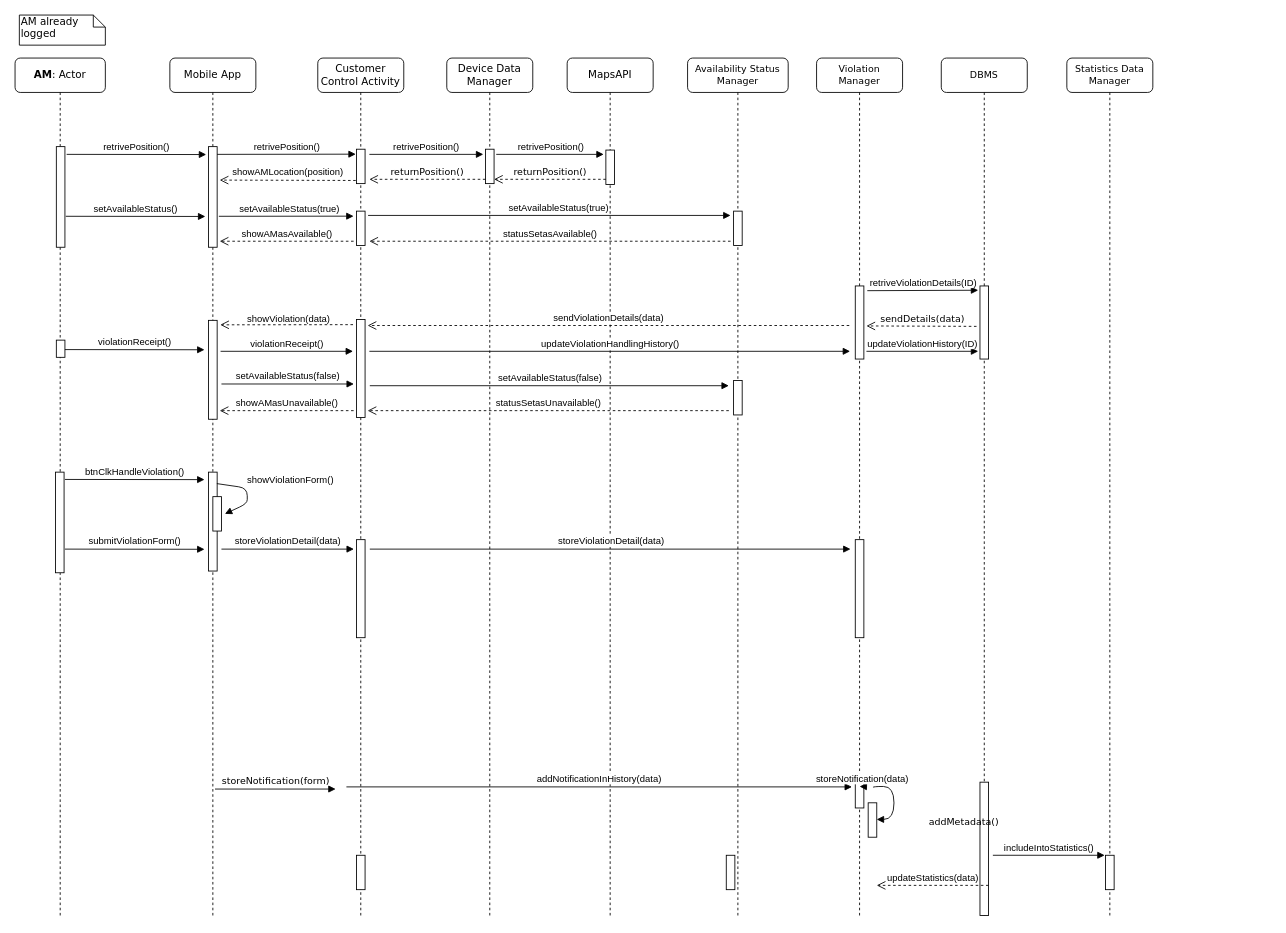
This is authorityMemberReceiveNotification.drawio from valearm/SafeStreets-Project-SE2, a draw.io file, before an edit. Source tidied: cells renumbered, new cells numbered last; positions are measured from the earlier drawing's top-left corner, leaving out a move shared by most shapes. Both pictures are drawn from the tidied source at 86%, with x=0, y=0 at pixel (15, 15).
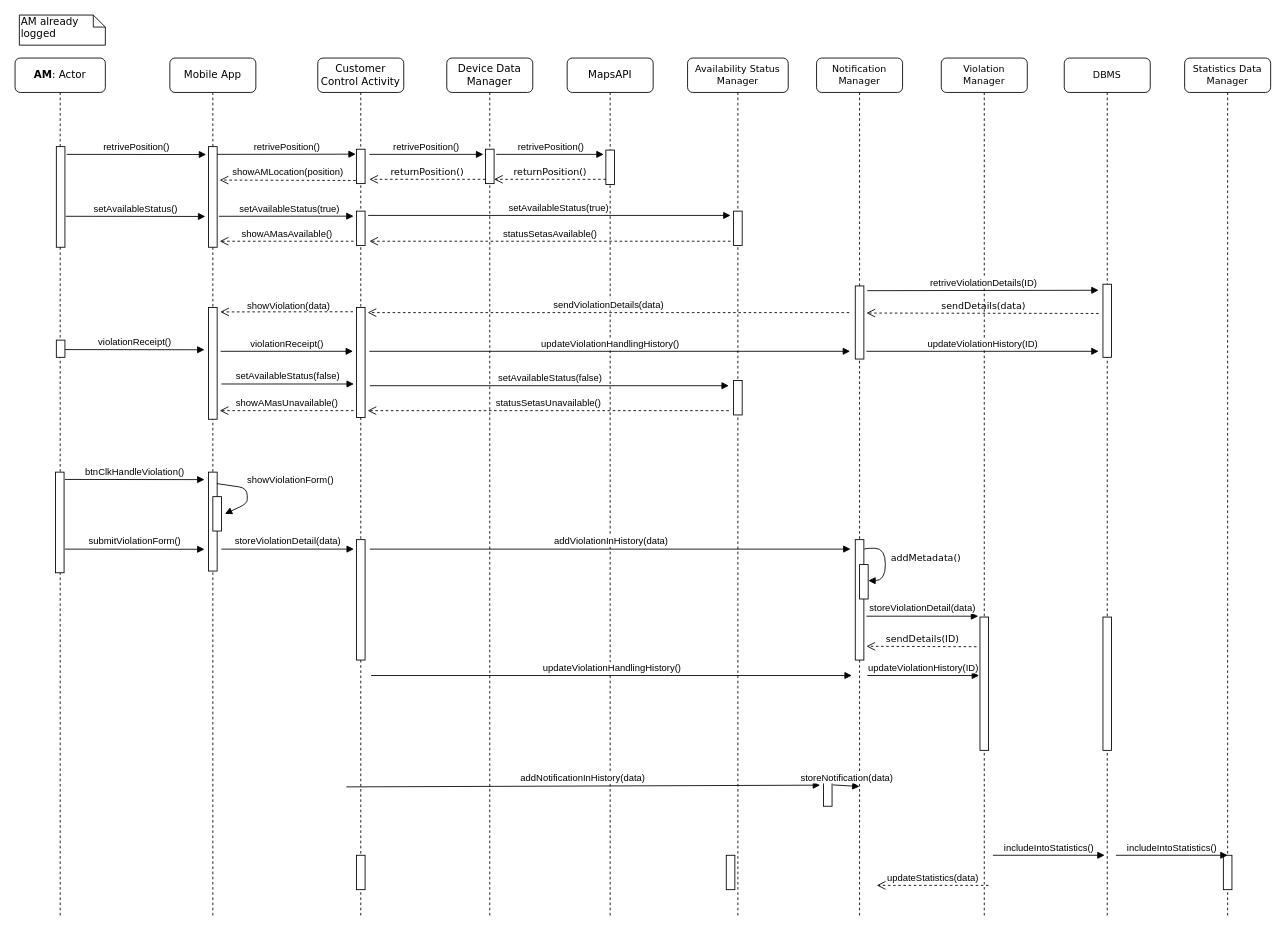
The same page after the edit.

The change refers to these unchanged cells:
```xml
<mxCell id="2" value="Mobile App" style="shape=umlLifeline;perimeter=lifelinePerimeter;whiteSpace=wrap;html=1;rounded=1;shadow=0;comic=0;labelBackgroundColor=none;strokeWidth=1;fontFamily=Verdana;fontSize=12;align=center;" parent="1" vertex="1">
  <mxGeometry x="180" y="50" width="100" height="1000" as="geometry" />
</mxCell>
<mxCell id="39" value="Customer Control Activity" style="shape=umlLifeline;perimeter=lifelinePerimeter;whiteSpace=wrap;html=1;rounded=1;shadow=0;comic=0;labelBackgroundColor=none;strokeWidth=1;fontFamily=Verdana;fontSize=12;align=center;size=40;" parent="1" vertex="1">
  <mxGeometry x="352" y="50" width="100" height="1000" as="geometry" />
</mxCell>
```

Change to the diagram source:
```diff
@@
+    <mxCell id="72" value="Violation Manager" style="shape=umlLifeline;perimeter=lifelinePerimeter;whiteSpace=wrap;html=1;rounded=1;shadow=0;comic=0;labelBackgroundColor=none;strokeWidth=1;fontFamily=Verdana;fontSize=11;align=center;" parent="1" vertex="1">
+      <mxGeometry x="1077" y="50" width="100" height="1000" as="geometry" />
+    </mxCell>
+    <mxCell id="73" style="html=1;perimeter=orthogonalPerimeter;rounded=0;shadow=0;comic=0;labelBackgroundColor=none;strokeColor=#000000;strokeWidth=1;fillColor=#FFFFFF;fontFamily=Verdana;fontSize=11;fontColor=#000000;align=center;" parent="72" vertex="1">
+      <mxGeometry x="45" y="650" width="10" height="155" as="geometry" />
+    </mxCell>
+    <mxCell id="74" value="includeIntoStatistics()" style="html=1;verticalAlign=bottom;endArrow=block;fontSize=11;" parent="72" edge="1">
+      <mxGeometry relative="1" as="geometry">
+        <mxPoint x="60" y="927" as="sourcePoint" />
+        <mxPoint x="190" y="927" as="targetPoint" />
+      </mxGeometry>
+    </mxCell>
@@
     <mxCell id="4" style="html=1;perimeter=orthogonalPerimeter;rounded=0;shadow=0;comic=0;labelBackgroundColor=none;strokeWidth=1;fontFamily=Verdana;fontSize=11;align=center;" parent="2" vertex="1">
-      <mxGeometry x="45" y="305" width="10" height="115" as="geometry" />
+      <mxGeometry x="45" y="290" width="10" height="130" as="geometry" />
     </mxCell>
@@
-    <mxCell id="11" value="Violation Manager" style="shape=umlLifeline;perimeter=lifelinePerimeter;whiteSpace=wrap;html=1;rounded=1;shadow=0;comic=0;labelBackgroundColor=none;strokeWidth=1;fontFamily=Verdana;fontSize=11;align=center;" parent="1" vertex="1">
+    <mxCell id="11" value="Notification Manager" style="shape=umlLifeline;perimeter=lifelinePerimeter;whiteSpace=wrap;html=1;rounded=1;shadow=0;comic=0;labelBackgroundColor=none;strokeWidth=1;fontFamily=Verdana;fontSize=11;align=center;" parent="1" vertex="1">
       <mxGeometry x="932" y="50" width="100" height="1000" as="geometry" />
     </mxCell>
     <mxCell id="12" style="html=1;points=[];perimeter=orthogonalPerimeter;rounded=0;shadow=0;comic=0;labelBackgroundColor=none;strokeColor=#000000;strokeWidth=1;fillColor=#FFFFFF;fontFamily=Verdana;fontSize=11;fontColor=#000000;align=center;" parent="11" vertex="1">
-      <mxGeometry x="45" y="842" width="10" height="30" as="geometry" />
+      <mxGeometry x="8" y="840" width="10" height="30" as="geometry" />
     </mxCell>
@@
     <mxCell id="14" style="html=1;perimeter=orthogonalPerimeter;rounded=0;shadow=0;comic=0;labelBackgroundColor=none;strokeWidth=1;fontFamily=Verdana;fontSize=11;align=center;" parent="11" vertex="1">
-      <mxGeometry x="45" y="560" width="10" height="114" as="geometry" />
+      <mxGeometry x="45" y="560" width="10" height="140" as="geometry" />
     </mxCell>
-    <mxCell id="15" value="DBMS" style="shape=umlLifeline;perimeter=lifelinePerimeter;whiteSpace=wrap;html=1;rounded=1;shadow=0;comic=0;labelBackgroundColor=none;strokeWidth=1;fontFamily=Verdana;fontSize=11;align=center;" parent="1" vertex="1">
-      <mxGeometry x="1077" y="50" width="100" height="1000" as="geometry" />
-    </mxCell>
-    <mxCell id="16" style="html=1;perimeter=orthogonalPerimeter;rounded=0;shadow=0;comic=0;labelBackgroundColor=none;strokeColor=#000000;strokeWidth=1;fillColor=#FFFFFF;fontFamily=Verdana;fontSize=11;fontColor=#000000;align=center;" parent="15" vertex="1">
-      <mxGeometry x="45" y="842" width="10" height="155" as="geometry" />
-    </mxCell>
-    <mxCell id="17" value="includeIntoStatistics()" style="html=1;verticalAlign=bottom;endArrow=block;fontSize=11;" parent="15" edge="1">
-      <mxGeometry relative="1" as="geometry">
-        <mxPoint x="60" y="927" as="sourcePoint" />
-        <mxPoint x="190" y="927" as="targetPoint" />
-      </mxGeometry>
-    </mxCell>
+    <mxCell id="75" style="html=1;perimeter=orthogonalPerimeter;rounded=0;shadow=0;comic=0;labelBackgroundColor=none;strokeWidth=1;fontFamily=Verdana;fontSize=11;align=center;" parent="11" vertex="1">
+      <mxGeometry x="50" y="589" width="10" height="40" as="geometry" />
+    </mxCell>
+    <mxCell id="33" value="addMetadata()" style="html=1;verticalAlign=bottom;endArrow=block;labelBackgroundColor=none;fontFamily=Verdana;fontSize=11;elbow=vertical;edgeStyle=orthogonalEdgeStyle;curved=1;entryX=1;entryY=0.286;entryPerimeter=0;exitX=1.038;exitY=0.345;exitPerimeter=0;" parent="11" edge="1">
+      <mxGeometry x="0.11" y="47" relative="1" as="geometry">
+        <mxPoint x="55.4" y="571.2" as="sourcePoint" />
+        <mxPoint x="60.1" y="607.7" as="targetPoint" />
+        <Array as="points">
+          <mxPoint x="80" y="570" />
+          <mxPoint x="80" y="608" />
+        </Array>
+      </mxGeometry>
+    </mxCell>
@@
-    <mxCell id="27" value="storeNotification(form)" style="html=1;verticalAlign=bottom;endArrow=block;entryX=0;entryY=0;labelBackgroundColor=none;fontFamily=Verdana;fontSize=11;edgeStyle=elbowEdgeStyle;elbow=vertical;" parent="1" edge="1">
-      <mxGeometry relative="1" as="geometry">
-        <mxPoint x="232.5" y="900" as="sourcePoint" />
-        <mxPoint x="372.8" y="900" as="targetPoint" />
-      </mxGeometry>
-    </mxCell>
     <mxCell id="28" value="Statistics Data Manager" style="shape=umlLifeline;perimeter=lifelinePerimeter;whiteSpace=wrap;html=1;rounded=1;shadow=0;comic=0;labelBackgroundColor=none;strokeWidth=1;fontFamily=Verdana;fontSize=11;align=center;" parent="1" vertex="1">
-      <mxGeometry x="1223" y="50" width="100" height="1000" as="geometry" />
+      <mxGeometry x="1360" y="50" width="100" height="1000" as="geometry" />
     </mxCell>
@@
-    <mxCell id="32" style="html=1;perimeter=orthogonalPerimeter;rounded=0;shadow=0;comic=0;labelBackgroundColor=none;strokeWidth=1;fontFamily=Verdana;fontSize=11;align=center;" parent="1" vertex="1">
-      <mxGeometry x="992" y="916" width="10" height="40" as="geometry" />
-    </mxCell>
-    <mxCell id="33" value="addMetadata()" style="html=1;verticalAlign=bottom;endArrow=block;labelBackgroundColor=none;fontFamily=Verdana;fontSize=11;elbow=vertical;edgeStyle=orthogonalEdgeStyle;curved=1;entryX=1;entryY=0.286;entryPerimeter=0;exitX=1.038;exitY=0.345;exitPerimeter=0;" parent="1" edge="1">
-      <mxGeometry x="-0.4" y="-41" relative="1" as="geometry">
-        <mxPoint x="997.6" y="898.1" as="sourcePoint" />
-        <mxPoint x="1001.9" y="935.3" as="targetPoint" />
-        <Array as="points">
-          <mxPoint x="1022" y="897" />
-          <mxPoint x="1022" y="935" />
-        </Array>
-        <mxPoint x="81" y="9" as="offset" />
-      </mxGeometry>
-    </mxCell>
@@
     <mxCell id="43" style="html=1;perimeter=orthogonalPerimeter;rounded=0;shadow=0;comic=0;labelBackgroundColor=none;strokeWidth=1;fontFamily=Verdana;fontSize=11;align=center;" parent="39" vertex="1">
-      <mxGeometry x="45" y="304" width="10" height="114" as="geometry" />
+      <mxGeometry x="45" y="290" width="10" height="128" as="geometry" />
     </mxCell>
     <mxCell id="44" style="html=1;perimeter=orthogonalPerimeter;rounded=0;shadow=0;comic=0;labelBackgroundColor=none;strokeWidth=1;fontFamily=Verdana;fontSize=11;align=center;" parent="39" vertex="1">
-      <mxGeometry x="45" y="560" width="10" height="114" as="geometry" />
+      <mxGeometry x="45" y="560" width="10" height="140" as="geometry" />
     </mxCell>
@@
     <mxCell id="50" value="sendViolationDetails(data)" style="html=1;verticalAlign=bottom;endArrow=open;dashed=1;endSize=8;entryX=1.5;entryY=0.8;entryDx=0;entryDy=0;entryPerimeter=0;fontSize=11;" parent="1" edge="1">
       <mxGeometry relative="1" as="geometry">
-        <mxPoint x="970" y="361" as="sourcePoint" />
-        <mxPoint x="410" y="361" as="targetPoint" />
+        <mxPoint x="970" y="346" as="sourcePoint" />
+        <mxPoint x="410" y="346" as="targetPoint" />
       </mxGeometry>
     </mxCell>
     <mxCell id="51" style="html=1;verticalAlign=bottom;endArrow=open;dashed=1;endSize=8;fontSize=11;entryX=1.06;entryY=0.13;entryDx=0;entryDy=0;entryPerimeter=0;" parent="1" edge="1">
       <mxGeometry x="-0.07" relative="1" as="geometry">
-        <mxPoint x="393" y="360" as="sourcePoint" />
-        <mxPoint x="238.6" y="360.2" as="targetPoint" />
+        <mxPoint x="393" y="345" as="sourcePoint" />
+        <mxPoint x="238.6" y="345.2" as="targetPoint" />
         <mxPoint x="-1" as="offset" />
       </mxGeometry>
     </mxCell>
     <mxCell id="52" value="showViolation(data)" style="text;html=1;align=center;verticalAlign=middle;fontSize=11;" parent="1" vertex="1">
-      <mxGeometry x="263" y="343" width="110" height="20" as="geometry" />
+      <mxGeometry x="263" y="328" width="110" height="20" as="geometry" />
     </mxCell>
-    <mxCell id="53" value="sendDetails(data)" style="html=1;verticalAlign=bottom;endArrow=open;dashed=1;endSize=8;labelBackgroundColor=none;fontFamily=Verdana;fontSize=11;edgeStyle=elbowEdgeStyle;elbow=vertical;" parent="1" edge="1">
-      <mxGeometry relative="1" as="geometry">
-        <mxPoint x="1118" y="362" as="sourcePoint" />
-        <mxPoint x="990" y="361.5" as="targetPoint" />
-        <Array as="points">
-          <mxPoint x="1065" y="361.5" />
-          <mxPoint x="1095" y="361.5" />
-        </Array>
-      </mxGeometry>
-    </mxCell>
     <mxCell id="54" value="retriveViolationDetails(ID)" style="html=1;verticalAlign=bottom;endArrow=block;fontSize=11;" parent="1" edge="1">
       <mxGeometry relative="1" as="geometry">
         <mxPoint x="991" y="320.5" as="sourcePoint" />
-        <mxPoint x="1120" y="320" as="targetPoint" />
+        <mxPoint x="1260" y="320" as="targetPoint" />
       </mxGeometry>
     </mxCell>
@@
-    <mxCell id="57" style="html=1;perimeter=orthogonalPerimeter;rounded=0;shadow=0;comic=0;labelBackgroundColor=none;strokeWidth=1;fontFamily=Verdana;fontSize=11;align=center;" parent="1" vertex="1">
-      <mxGeometry x="1122" y="315" width="10" height="85" as="geometry" />
-    </mxCell>
-    <mxCell id="58" value="updateViolationHistory(ID)" style="html=1;verticalAlign=bottom;endArrow=block;fontSize=11;" parent="1" edge="1">
-      <mxGeometry relative="1" as="geometry">
-        <mxPoint x="990" y="391" as="sourcePoint" />
-        <mxPoint x="1120" y="391" as="targetPoint" />
-      </mxGeometry>
-    </mxCell>
@@
-    <mxCell id="71" value="storeViolationDetail(data)" style="html=1;verticalAlign=bottom;endArrow=block;fontSize=11;" parent="1" edge="1">
+    <mxCell id="71" value="&lt;div&gt;addViolationInHistory(data)&lt;/div&gt;" style="html=1;verticalAlign=bottom;endArrow=block;fontSize=11;" parent="1" edge="1">
       <mxGeometry relative="1" as="geometry">
         <mxPoint x="412.5" y="621" as="sourcePoint" />
         <mxPoint x="971.5" y="621" as="targetPoint" />
       </mxGeometry>
     </mxCell>
+    <mxCell id="76" value="storeViolationDetail(data)" style="html=1;verticalAlign=bottom;endArrow=block;fontSize=11;" parent="1" edge="1">
+      <mxGeometry relative="1" as="geometry">
+        <mxPoint x="990" y="699" as="sourcePoint" />
+        <mxPoint x="1120" y="699" as="targetPoint" />
+      </mxGeometry>
+    </mxCell>
+    <mxCell id="77" value="updateViolationHandlingHistory()" style="html=1;verticalAlign=bottom;endArrow=block;fontSize=11;" parent="1" edge="1">
+      <mxGeometry relative="1" as="geometry">
+        <mxPoint x="414" y="768" as="sourcePoint" />
+        <mxPoint x="973" y="768" as="targetPoint" />
+      </mxGeometry>
+    </mxCell>
+    <mxCell id="78" value="updateViolationHistory(ID)" style="html=1;verticalAlign=bottom;endArrow=block;fontSize=11;" parent="1" edge="1">
+      <mxGeometry relative="1" as="geometry">
+        <mxPoint x="991" y="768" as="sourcePoint" />
+        <mxPoint x="1121" y="768" as="targetPoint" />
+      </mxGeometry>
+    </mxCell>
+    <mxCell id="79" value="sendDetails(ID)" style="html=1;verticalAlign=bottom;endArrow=open;dashed=1;endSize=8;labelBackgroundColor=none;fontFamily=Verdana;fontSize=11;edgeStyle=elbowEdgeStyle;elbow=vertical;" parent="1" edge="1">
+      <mxGeometry relative="1" as="geometry">
+        <mxPoint x="1118" y="734.5" as="sourcePoint" />
+        <mxPoint x="990" y="734" as="targetPoint" />
+        <Array as="points">
+          <mxPoint x="1065" y="734" />
+          <mxPoint x="1095" y="734" />
+        </Array>
+      </mxGeometry>
+    </mxCell>
+    <mxCell id="15" value="DBMS" style="shape=umlLifeline;perimeter=lifelinePerimeter;whiteSpace=wrap;html=1;rounded=1;shadow=0;comic=0;labelBackgroundColor=none;strokeWidth=1;fontFamily=Verdana;fontSize=11;align=center;" parent="1" vertex="1">
+      <mxGeometry x="1220" y="50" width="100" height="1000" as="geometry" />
+    </mxCell>
+    <mxCell id="80" style="html=1;perimeter=orthogonalPerimeter;rounded=0;shadow=0;comic=0;labelBackgroundColor=none;strokeColor=#000000;strokeWidth=1;fillColor=#FFFFFF;fontFamily=Verdana;fontSize=11;fontColor=#000000;align=center;" parent="15" vertex="1">
+      <mxGeometry x="45" y="650" width="10" height="155" as="geometry" />
+    </mxCell>
+    <mxCell id="81" value="includeIntoStatistics()" style="html=1;verticalAlign=bottom;endArrow=block;fontSize=11;" parent="15" edge="1">
+      <mxGeometry relative="1" as="geometry">
+        <mxPoint x="60" y="927" as="sourcePoint" />
+        <mxPoint x="190" y="927" as="targetPoint" />
+      </mxGeometry>
+    </mxCell>
+    <mxCell id="82" style="html=1;perimeter=orthogonalPerimeter;rounded=0;shadow=0;comic=0;labelBackgroundColor=none;strokeWidth=1;fontFamily=Verdana;fontSize=11;align=center;" parent="15" vertex="1">
+      <mxGeometry x="45" y="263" width="10" height="85" as="geometry" />
+    </mxCell>
+    <mxCell id="53" value="sendDetails(data)" style="html=1;verticalAlign=bottom;endArrow=open;dashed=1;endSize=8;labelBackgroundColor=none;fontFamily=Verdana;fontSize=11;edgeStyle=elbowEdgeStyle;elbow=vertical;" parent="1" edge="1">
+      <mxGeometry relative="1" as="geometry">
+        <mxPoint x="1260" y="347" as="sourcePoint" />
+        <mxPoint x="990" y="346.5" as="targetPoint" />
+        <Array as="points">
+          <mxPoint x="1065" y="346.5" />
+          <mxPoint x="1095" y="346.5" />
+        </Array>
+      </mxGeometry>
+    </mxCell>
+    <mxCell id="58" value="updateViolationHistory(ID)" style="html=1;verticalAlign=bottom;endArrow=block;fontSize=11;" parent="1" edge="1">
+      <mxGeometry relative="1" as="geometry">
+        <mxPoint x="990" y="391" as="sourcePoint" />
+        <mxPoint x="1260" y="391" as="targetPoint" />
+      </mxGeometry>
+    </mxCell>
```
